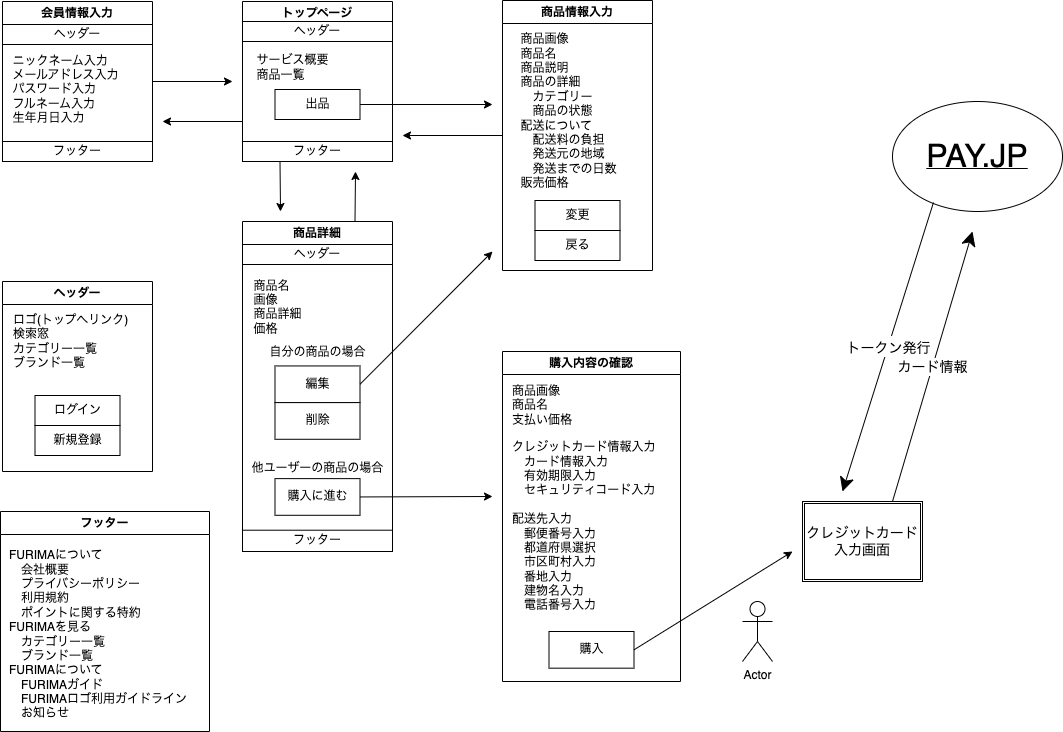
Above: furima-application.dio.png in chikuwa-pan/furima-39525 (draw.io), before the change. Source tidied: cells renumbered, new cells last; positions are measured from the earlier drawing's top-left corner, leaving out a move shared by most shapes.
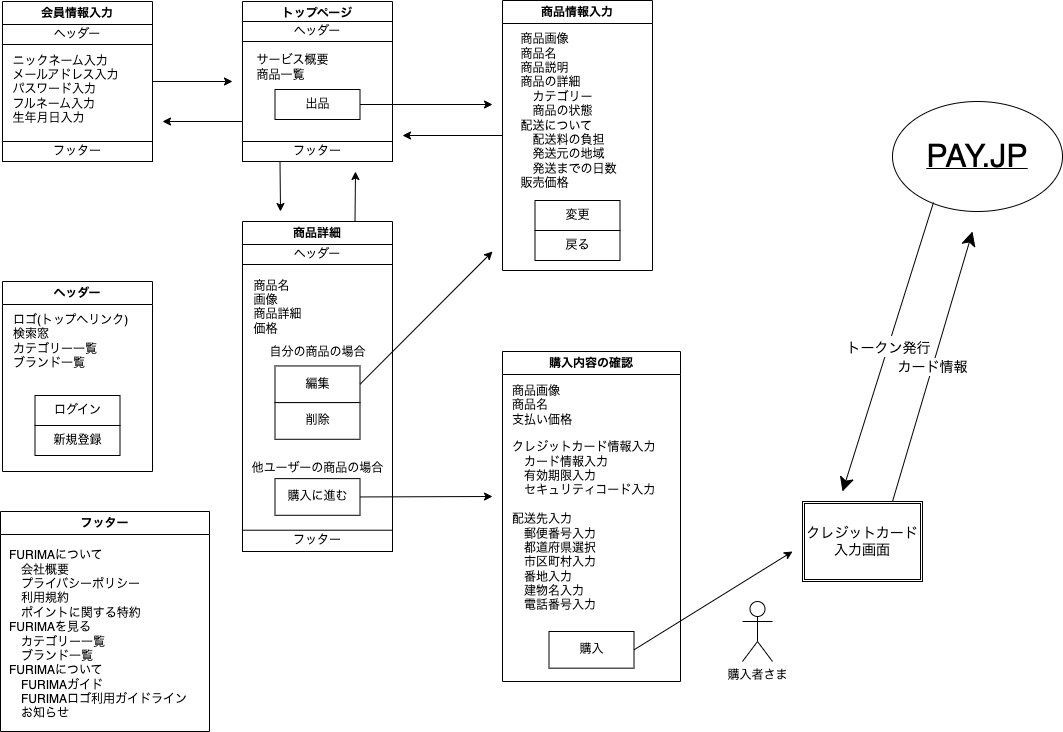
Later version of the same file.

Commit message:
READMEとER図 レビューの修正1

Diff of the diagram source:
```diff
@@ -165,7 +165,7 @@
         <mxPoint x="792" y="551" as="targetPoint" />
       </mxGeometry>
     </mxCell>
-    <mxCell id="49" value="Actor" style="shape=umlActor;verticalLabelPosition=bottom;verticalAlign=top;html=1;" parent="1" vertex="1">
+    <mxCell id="49" value="購入者さま" style="shape=umlActor;verticalLabelPosition=bottom;verticalAlign=top;html=1;" parent="1" vertex="1">
       <mxGeometry x="742" y="601" width="30" height="60" as="geometry" />
     </mxCell>
   </root>
```
